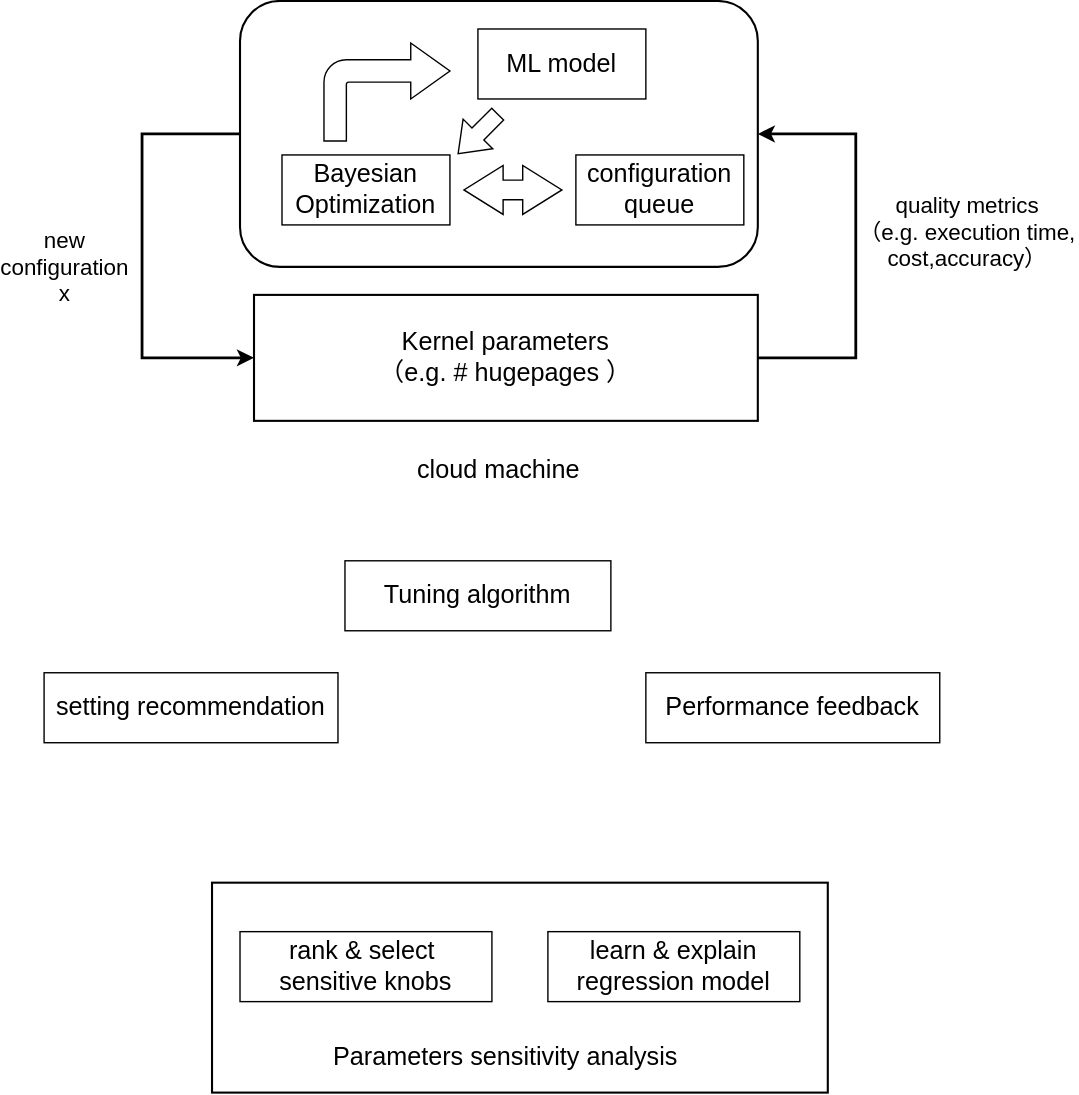
Above: kernel-BO.drawio.svg in Dong-J93/_pictures (draw.io), before the change. Source tidied: cells renumbered, new cells last; positions are measured from the earlier drawing's top-left corner, leaving out a move shared by most shapes.
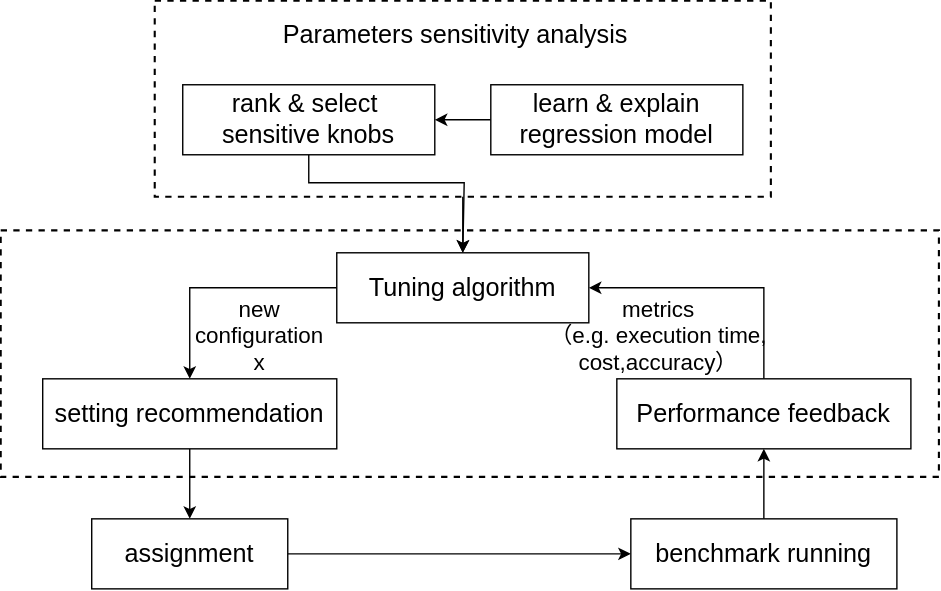
After the commit.

The edit, as a diff of the source:
```diff
@@ -2,75 +2,71 @@
   <root>
     <mxCell id="0" />
     <mxCell id="1" parent="0" />
-    <mxCell id="2" style="edgeStyle=orthogonalEdgeStyle;rounded=0;jettySize=auto;html=1;exitX=0;exitY=0.5;exitDx=0;exitDy=0;entryX=0;entryY=0.5;entryDx=0;entryDy=0;strokeWidth=2;" parent="1" edge="1" source="3" target="5">
-      <mxGeometry relative="1" as="geometry">
-        <Array as="points">
-          <mxPoint x="100" y="95" />
-          <mxPoint x="100" y="255" />
-        </Array>
-      </mxGeometry>
-    </mxCell>
-    <mxCell id="3" style="rounded=1;whiteSpace=wrap;html=1;fillColor=none;strokeWidth=1.5;" parent="1" vertex="1">
-      <mxGeometry x="170" width="370" height="190" as="geometry" />
-    </mxCell>
-    <mxCell id="4" style="edgeStyle=orthogonalEdgeStyle;rounded=0;jettySize=auto;html=1;exitX=1;exitY=0.5;exitDx=0;exitDy=0;entryX=1;entryY=0.5;entryDx=0;entryDy=0;strokeWidth=2;" parent="1" edge="1" source="5" target="3">
-      <mxGeometry relative="1" as="geometry">
-        <Array as="points">
-          <mxPoint x="610" y="255" />
-          <mxPoint x="610" y="95" />
-        </Array>
-      </mxGeometry>
-    </mxCell>
-    <mxCell id="5" value="&lt;font style=&quot;font-size: 18px;&quot;&gt;Kernel parameters&lt;/font&gt;&lt;div&gt;&lt;font style=&quot;font-size: 18px;&quot;&gt;（e.g. # hugepages ）&lt;/font&gt;&lt;/div&gt;" style="rounded=0;whiteSpace=wrap;html=1;fillColor=none;strokeWidth=1.5;" parent="1" vertex="1">
-      <mxGeometry x="180" y="210" width="360" height="90" as="geometry" />
-    </mxCell>
-    <mxCell id="6" value="&lt;font style=&quot;font-size: 18px;&quot;&gt;ML model&lt;/font&gt;" style="rounded=0;whiteSpace=wrap;html=1;" parent="1" vertex="1">
-      <mxGeometry x="340" y="20" width="120" height="50" as="geometry" />
-    </mxCell>
-    <mxCell id="7" value="&lt;font style=&quot;font-size: 18px;&quot;&gt;Bayesian&lt;/font&gt;&lt;div&gt;&lt;font style=&quot;font-size: 18px;&quot;&gt;Optimization&lt;/font&gt;&lt;/div&gt;" style="rounded=0;whiteSpace=wrap;html=1;" parent="1" vertex="1">
-      <mxGeometry x="200" y="110" width="120" height="50" as="geometry" />
-    </mxCell>
-    <mxCell id="8" value="&lt;span style=&quot;font-size: 18px;&quot;&gt;configuration&lt;/span&gt;&lt;div&gt;&lt;span style=&quot;font-size: 18px;&quot;&gt;queue&lt;/span&gt;&lt;/div&gt;" style="rounded=0;whiteSpace=wrap;html=1;" parent="1" vertex="1">
-      <mxGeometry x="410" y="110" width="120" height="50" as="geometry" />
-    </mxCell>
-    <mxCell id="9" style="html=1;shadow=0;dashed=0;align=center;verticalAlign=middle;shape=mxgraph.arrows2.bendArrow;dy=8;dx=28;notch=0;arrowHead=40;rounded=1;" parent="1" vertex="1">
-      <mxGeometry x="230" y="30" width="90" height="70" as="geometry" />
-    </mxCell>
-    <mxCell id="10" style="html=1;shadow=0;dashed=0;align=center;verticalAlign=middle;shape=mxgraph.arrows2.twoWayArrow;dy=0.6;dx=28;" parent="1" vertex="1">
-      <mxGeometry x="330" y="117.5" width="70" height="35" as="geometry" />
-    </mxCell>
-    <mxCell id="11" style="html=1;shadow=0;dashed=0;align=center;verticalAlign=middle;shape=mxgraph.arrows2.arrow;dy=0.6;dx=20;flipH=1;notch=0;rotation=-45;" parent="1" vertex="1">
-      <mxGeometry x="320" y="80" width="40" height="30" as="geometry" />
-    </mxCell>
-    <mxCell id="12" value="&lt;font style=&quot;font-size: 16px;&quot;&gt;new configuration&lt;/font&gt;&lt;div style=&quot;font-size: 16px;&quot;&gt;&lt;font style=&quot;font-size: 16px;&quot;&gt;x&lt;/font&gt;&lt;/div&gt;" style="text;html=1;align=center;verticalAlign=middle;whiteSpace=wrap;rounded=0;" parent="1" vertex="1">
-      <mxGeometry y="160" width="90" height="60" as="geometry" />
-    </mxCell>
-    <mxCell id="13" value="&lt;span style=&quot;font-size: 16px;&quot;&gt;quality metrics&lt;/span&gt;&lt;div&gt;&lt;span style=&quot;font-size: 16px;&quot;&gt;（e.g. execution time, cost,accuracy）&lt;/span&gt;&lt;/div&gt;" style="text;html=1;align=center;verticalAlign=middle;whiteSpace=wrap;rounded=0;" parent="1" vertex="1">
-      <mxGeometry x="610" y="130" width="160" height="70" as="geometry" />
-    </mxCell>
-    <mxCell id="14" value="&lt;font style=&quot;font-size: 18px;&quot;&gt;cloud machine&lt;/font&gt;" style="text;html=1;align=center;verticalAlign=middle;whiteSpace=wrap;rounded=0;" parent="1" vertex="1">
-      <mxGeometry x="275" y="310" width="160" height="50" as="geometry" />
-    </mxCell>
+    <mxCell id="22" style="rounded=0;whiteSpace=wrap;html=1;fillColor=none;strokeWidth=1.5;align=center;dashed=1;" parent="1" vertex="1">
+      <mxGeometry x="30" y="914" width="670" height="176" as="geometry" />
+    </mxCell>
+    <mxCell id="23" style="edgeStyle=orthogonalEdgeStyle;rounded=0;jettySize=auto;html=1;exitX=0;exitY=0.5;exitDx=0;exitDy=0;entryX=0.5;entryY=0;entryDx=0;entryDy=0;" parent="1" edge="1" source="15" target="17">
+      <mxGeometry relative="1" as="geometry" />
+    </mxCell>
     <mxCell id="15" value="&lt;span style=&quot;font-size: 18px;&quot;&gt;Tuning algorithm&lt;/span&gt;" style="rounded=0;whiteSpace=wrap;html=1;" parent="1" vertex="1">
-      <mxGeometry x="245" y="400" width="190" height="50" as="geometry" />
+      <mxGeometry x="270" y="930" width="180" height="50" as="geometry" />
     </mxCell>
+    <mxCell id="24" style="edgeStyle=orthogonalEdgeStyle;rounded=0;jettySize=auto;html=1;entryX=1;entryY=0.5;entryDx=0;entryDy=0;exitX=0.5;exitY=0;exitDx=0;exitDy=0;" parent="1" edge="1" source="16" target="15">
+      <mxGeometry relative="1" as="geometry" />
+    </mxCell>
     <mxCell id="16" value="&lt;span style=&quot;font-size: 18px;&quot;&gt;Performance feedback&lt;/span&gt;" style="rounded=0;whiteSpace=wrap;html=1;" parent="1" vertex="1">
-      <mxGeometry x="460" y="480" width="210" height="50" as="geometry" />
+      <mxGeometry x="470" y="1020" width="210" height="50" as="geometry" />
     </mxCell>
-    <mxCell id="17" value="&lt;span style=&quot;font-size: 18px;&quot;&gt;setting recommendation&lt;/span&gt;" style="rounded=0;whiteSpace=wrap;html=1;" parent="1" vertex="1">
-      <mxGeometry x="30" y="480" width="210" height="50" as="geometry" />
-    </mxCell>
+    <mxCell id="25" style="edgeStyle=orthogonalEdgeStyle;rounded=0;jettySize=auto;html=1;" parent="1" edge="1" source="18" target="15">
+      <mxGeometry relative="1" as="geometry" />
+    </mxCell>
-    <mxCell id="18" style="rounded=0;whiteSpace=wrap;html=1;fillColor=none;strokeWidth=1.5;align=center;" parent="1" vertex="1">
-      <mxGeometry x="150" y="630" width="440" height="150" as="geometry" />
+    <mxCell id="18" style="rounded=0;whiteSpace=wrap;html=1;fillColor=none;strokeWidth=1.5;align=center;dashed=1;" parent="1" vertex="1">
+      <mxGeometry x="140" y="750" width="440" height="140" as="geometry" />
     </mxCell>
+    <mxCell id="26" style="edgeStyle=orthogonalEdgeStyle;rounded=0;jettySize=auto;html=1;exitX=0.5;exitY=1;exitDx=0;exitDy=0;" parent="1" edge="1" source="19">
+      <mxGeometry relative="1" as="geometry">
+        <mxPoint x="360" y="930" as="targetPoint" />
+        <Array as="points">
+          <mxPoint x="250" y="880" />
+          <mxPoint x="361" y="880" />
+        </Array>
+      </mxGeometry>
+    </mxCell>
     <mxCell id="19" value="&lt;span style=&quot;font-size: 18px;&quot;&gt;rank &amp;amp; select&amp;nbsp;&lt;/span&gt;&lt;div&gt;&lt;span style=&quot;font-size: 18px;&quot;&gt;sensitive knobs&lt;/span&gt;&lt;/div&gt;" style="rounded=0;whiteSpace=wrap;html=1;" parent="1" vertex="1">
-      <mxGeometry x="170" y="665" width="180" height="50" as="geometry" />
+      <mxGeometry x="160" y="810" width="180" height="50" as="geometry" />
     </mxCell>
+    <mxCell id="27" style="edgeStyle=orthogonalEdgeStyle;rounded=0;jettySize=auto;html=1;exitX=0;exitY=0.5;exitDx=0;exitDy=0;" parent="1" edge="1" source="20" target="19">
+      <mxGeometry relative="1" as="geometry" />
+    </mxCell>
     <mxCell id="20" value="&lt;span style=&quot;font-size: 18px;&quot;&gt;learn &amp;amp; explain&lt;/span&gt;&lt;div&gt;&lt;span style=&quot;font-size: 18px;&quot;&gt;regression model&lt;/span&gt;&lt;/div&gt;" style="rounded=0;whiteSpace=wrap;html=1;" parent="1" vertex="1">
-      <mxGeometry x="390" y="665" width="180" height="50" as="geometry" />
+      <mxGeometry x="380" y="810" width="180" height="50" as="geometry" />
     </mxCell>
     <mxCell id="21" value="&lt;font style=&quot;font-size: 18px;&quot;&gt;Parameters sensitivity analysis&lt;/font&gt;" style="text;html=1;align=center;verticalAlign=middle;whiteSpace=wrap;rounded=0;" parent="1" vertex="1">
-      <mxGeometry x="220" y="730" width="280" height="50" as="geometry" />
+      <mxGeometry x="215" y="750" width="280" height="50" as="geometry" />
     </mxCell>
+    <mxCell id="28" value="&lt;span style=&quot;font-size: 16px;&quot;&gt;metrics&lt;/span&gt;&lt;div&gt;&lt;span style=&quot;font-size: 16px;&quot;&gt;（e.g. execution time, cost,accuracy）&lt;/span&gt;&lt;/div&gt;" style="text;html=1;align=center;verticalAlign=middle;whiteSpace=wrap;rounded=0;" parent="1" vertex="1">
+      <mxGeometry x="420" y="954" width="160" height="70" as="geometry" />
+    </mxCell>
+    <mxCell id="29" style="edgeStyle=orthogonalEdgeStyle;rounded=0;jettySize=auto;html=1;" parent="1" edge="1" source="17" target="31">
+      <mxGeometry relative="1" as="geometry" />
+    </mxCell>
+    <mxCell id="17" value="&lt;span style=&quot;font-size: 18px;&quot;&gt;setting recommendation&lt;/span&gt;" style="rounded=0;whiteSpace=wrap;html=1;" parent="1" vertex="1">
+      <mxGeometry x="60" y="1020" width="210" height="50" as="geometry" />
+    </mxCell>
+    <mxCell id="12" value="&lt;font style=&quot;font-size: 16px;&quot;&gt;new configuration&lt;/font&gt;&lt;div style=&quot;font-size: 16px;&quot;&gt;&lt;font style=&quot;font-size: 16px;&quot;&gt;x&lt;/font&gt;&lt;/div&gt;" style="text;html=1;align=center;verticalAlign=middle;whiteSpace=wrap;rounded=0;" parent="1" vertex="1">
+      <mxGeometry x="170" y="959" width="90" height="60" as="geometry" />
+    </mxCell>
+    <mxCell id="30" style="edgeStyle=orthogonalEdgeStyle;rounded=0;jettySize=auto;html=1;" parent="1" edge="1" source="31" target="33">
+      <mxGeometry relative="1" as="geometry" />
+    </mxCell>
+    <mxCell id="31" value="&lt;span style=&quot;font-size: 18px;&quot;&gt;assignment&lt;/span&gt;" style="rounded=0;whiteSpace=wrap;html=1;" parent="1" vertex="1">
+      <mxGeometry x="95" y="1120" width="140" height="50" as="geometry" />
+    </mxCell>
+    <mxCell id="32" style="edgeStyle=orthogonalEdgeStyle;rounded=0;jettySize=auto;html=1;exitX=0.5;exitY=0;exitDx=0;exitDy=0;entryX=0.5;entryY=1;entryDx=0;entryDy=0;" parent="1" edge="1" source="33" target="16">
+      <mxGeometry relative="1" as="geometry" />
+    </mxCell>
+    <mxCell id="33" value="&lt;span style=&quot;font-size: 18px;&quot;&gt;benchmark&amp;nbsp;&lt;/span&gt;&lt;span style=&quot;font-size: 18px; background-color: initial;&quot;&gt;running&lt;/span&gt;" style="rounded=0;whiteSpace=wrap;html=1;" parent="1" vertex="1">
+      <mxGeometry x="480" y="1120" width="190" height="50" as="geometry" />
+    </mxCell>
   </root>
 </mxGraphModel>
```
